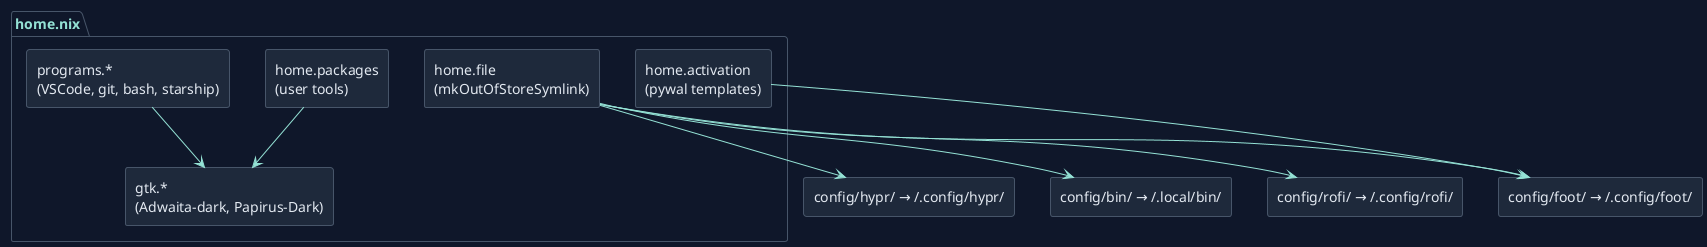
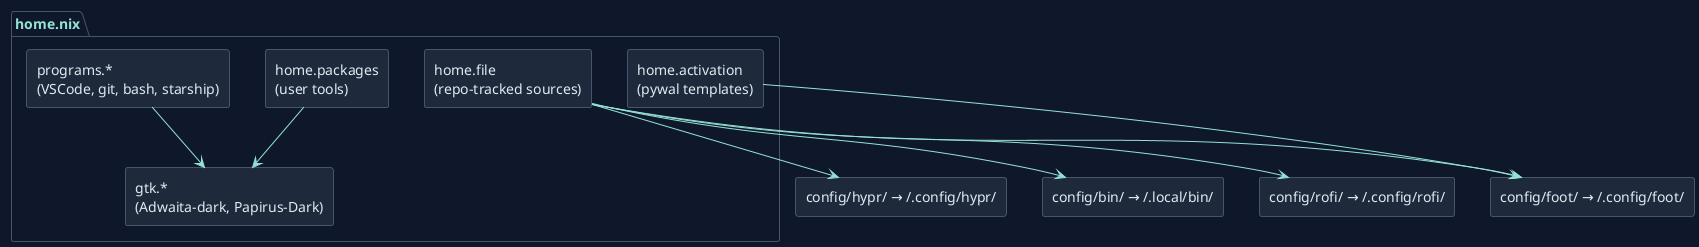
@startuml user-layer
!theme plain
skinparam backgroundColor #0f172a
skinparam defaultFontColor #e2e8f0
skinparam arrowColor #94e2d5
skinparam borderColor #475569
skinparam shadowing false

skinparam rectangle {
  BackgroundColor #1e293b
  BorderColor #475569
  FontColor #e2e8f0
}
skinparam package {
  BackgroundColor #0f172a
  BorderColor #475569
  FontColor #94e2d5
}

package "home.nix" {
-   rectangle "home.file\n(mkOutOfStoreSymlink)" as dotfiles
+   rectangle "home.file\n(repo-tracked sources)" as dotfiles
  rectangle "home.packages\n(user tools)" as pkgs
  rectangle "programs.*\n(VSCode, git, bash, starship)" as progs
  rectangle "gtk.*\n(Adwaita-dark, Papirus-Dark)" as gtk
  rectangle "home.activation\n(pywal templates)" as act
}

rectangle "config/hypr/ → ~/.config/hypr/" as hypr
rectangle "config/rofi/ → ~/.config/rofi/" as rofi
rectangle "config/foot/ → ~/.config/foot/" as foot
rectangle "config/bin/ → ~/.local/bin/" as bin

dotfiles --> hypr
dotfiles --> rofi
dotfiles --> foot
dotfiles --> bin
pkgs --> gtk
progs --> gtk
act --> foot

@enduml
